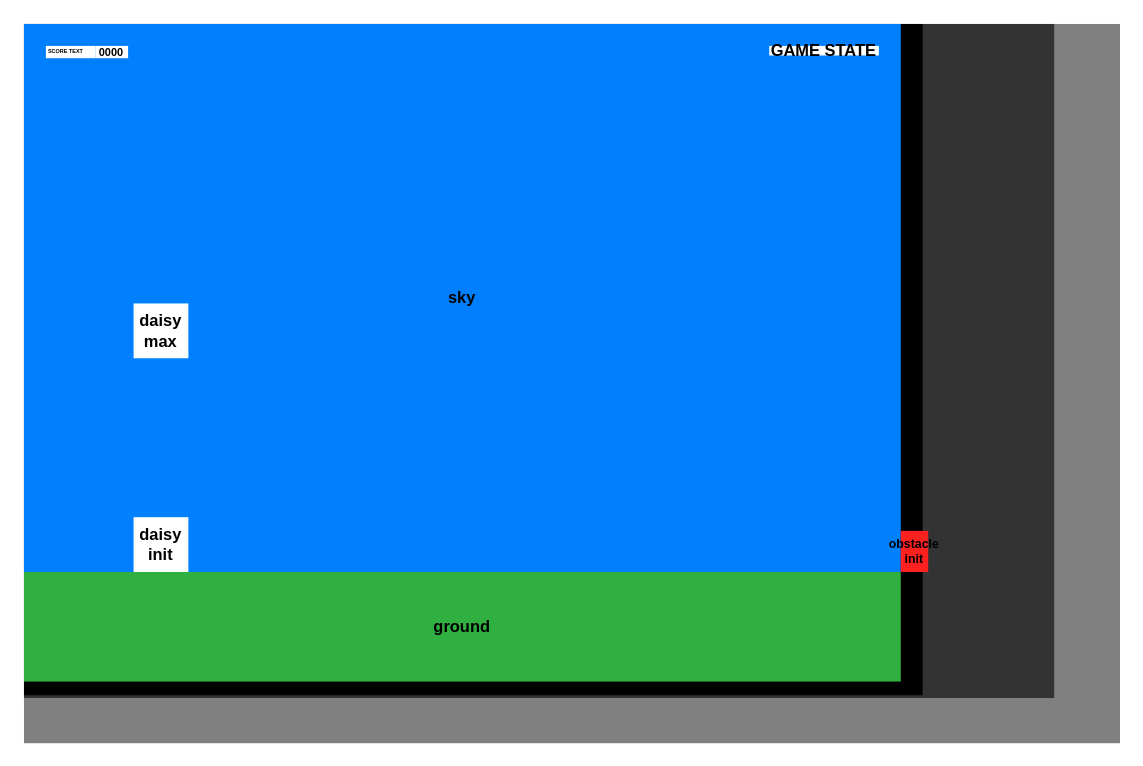
carloszlopez/DigitalDesignClass keeps this draw.io diagram as page "Game layout" (1 of 3) of Hopping_Daisy/00_Documentation/Game Layout.drawio. Above is the earlier version. Source tidied: cells renumbered, new cells numbered last; positions are measured from the earlier drawing's top-left corner, leaving out a move shared by most shapes. Both pictures are drawn from the tidied source at 137%, with x=0, y=0 at pixel (23, 23).
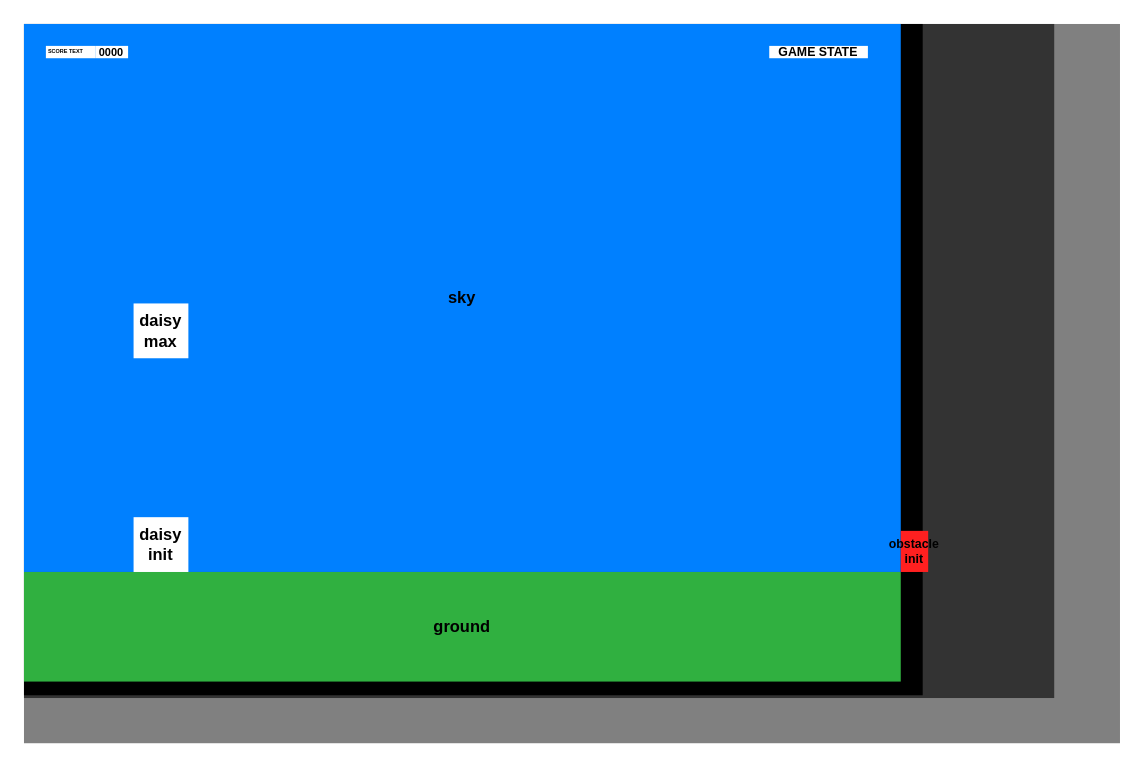
The same page after the edit.

Commit message (it also covers changes not shown here):
Change of obstacle speed. Fix game state width. Now over init or started states are displayed.

Diff of the diagram source:
```diff
@@
 <mxGraphModel background="#FFFFFF">
   <root>
     <mxCell id="0" />
     <mxCell id="1" parent="0" />
     <mxCell id="2" style="rounded=0;whiteSpace=wrap;html=1;fillColor=#808080;strokeColor=none;verticalAlign=top;align=left;" parent="1" vertex="1">
       <mxGeometry width="800" height="525" as="geometry" />
     </mxCell>
     <mxCell id="3" style="rounded=0;whiteSpace=wrap;html=1;fillColor=#333333;strokeColor=none;verticalAlign=top;align=left;" parent="1" vertex="1">
       <mxGeometry width="752" height="492" as="geometry" />
     </mxCell>
     <mxCell id="4" style="rounded=0;whiteSpace=wrap;html=1;fillColor=#000000;strokeColor=none;verticalAlign=top;align=left;" parent="1" vertex="1">
       <mxGeometry width="656" height="490" as="geometry" />
     </mxCell>
     <mxCell id="5" value="&lt;font style=&quot;color: rgb(0, 0, 0);&quot;&gt;&lt;b&gt;sky&lt;/b&gt;&lt;/font&gt;" style="rounded=0;whiteSpace=wrap;html=1;fillColor=#0080FF;strokeColor=none;" parent="1" vertex="1">
       <mxGeometry width="640" height="400" as="geometry" />
     </mxCell>
     <mxCell id="6" value="&lt;font style=&quot;color: rgb(0, 0, 0);&quot;&gt;&lt;b&gt;ground&lt;/b&gt;&lt;/font&gt;" style="rounded=0;whiteSpace=wrap;html=1;fillColor=#30B040;strokeColor=none;" parent="1" vertex="1">
       <mxGeometry y="400" width="640" height="80" as="geometry" />
     </mxCell>
     <mxCell id="7" value="&lt;font style=&quot;color: rgb(0, 0, 0);&quot;&gt;&lt;b&gt;daisy init&lt;/b&gt;&lt;/font&gt;" style="rounded=0;whiteSpace=wrap;html=1;fillColor=#FFFFFF;strokeColor=none;" parent="1" vertex="1">
       <mxGeometry x="80" y="360" width="40" height="40" as="geometry" />
     </mxCell>
     <mxCell id="8" value="&lt;font style=&quot;color: rgb(0, 0, 0);&quot;&gt;&lt;b&gt;obstacle&lt;/b&gt;&lt;/font&gt;&lt;div&gt;&lt;font style=&quot;color: rgb(0, 0, 0);&quot;&gt;&lt;b&gt;init&lt;/b&gt;&lt;/font&gt;&lt;/div&gt;" style="rounded=0;whiteSpace=wrap;html=1;fillColor=#FF2020;strokeColor=none;fontSize=9;" parent="1" vertex="1">
       <mxGeometry x="640" y="370" width="20" height="30" as="geometry" />
     </mxCell>
     <mxCell id="9" value="&lt;font style=&quot;color: rgb(0, 0, 0);&quot;&gt;&lt;b&gt;SCORE TEXT&lt;/b&gt;&lt;/font&gt;" style="rounded=0;whiteSpace=wrap;html=1;fillColor=#FFFFFF;strokeColor=none;align=left;fontSize=4;" parent="1" vertex="1">
       <mxGeometry x="16" y="16" width="36" height="9" as="geometry" />
     </mxCell>
-    <mxCell id="10" value="&lt;font style=&quot;color: rgb(0, 0, 0);&quot;&gt;&lt;b&gt;GAME STATE&lt;/b&gt;&lt;/font&gt;" style="rounded=0;whiteSpace=wrap;html=1;fillColor=#FFFFFF;strokeColor=none;" parent="1" vertex="1">
-      <mxGeometry x="544" y="16" width="80" height="7" as="geometry" />
+    <mxCell id="10" value="&lt;font style=&quot;color: rgb(0, 0, 0);&quot;&gt;&lt;b&gt;GAME STATE&lt;/b&gt;&lt;/font&gt;" style="rounded=0;whiteSpace=wrap;html=1;fillColor=#FFFFFF;strokeColor=none;fontSize=9;" parent="1" vertex="1">
+      <mxGeometry x="544" y="16" width="72" height="9" as="geometry" />
     </mxCell>
     <mxCell id="11" value="&lt;font style=&quot;color: rgb(0, 0, 0);&quot;&gt;&lt;b&gt;daisy max&lt;/b&gt;&lt;/font&gt;" style="rounded=0;whiteSpace=wrap;html=1;fillColor=#FFFFFF;strokeColor=none;" parent="1" vertex="1">
       <mxGeometry x="80" y="204" width="40" height="40" as="geometry" />
     </mxCell>
     <mxCell id="12" value="&lt;font style=&quot;font-size: 8px;&quot;&gt;&lt;b&gt;0000&lt;/b&gt;&lt;/font&gt;" style="rounded=0;whiteSpace=wrap;html=1;fillColor=#FFFFFF;strokeColor=none;align=center;fontSize=4;" parent="1" vertex="1">
       <mxGeometry x="52" y="16" width="24" height="9" as="geometry" />
     </mxCell>
   </root>
 </mxGraphModel>
```
